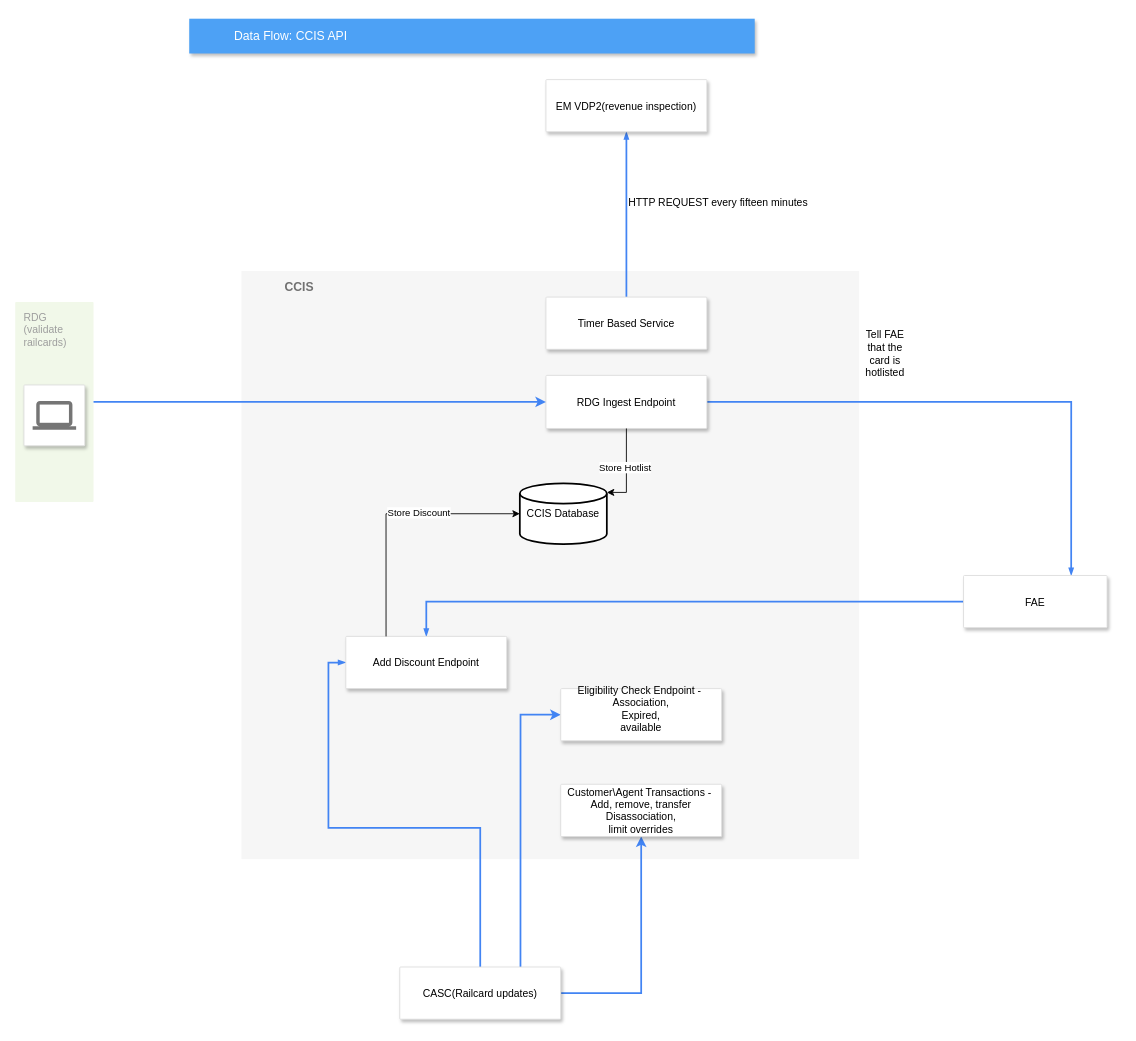
Above: CCIS-API.drawio in mattwatts36/drawings (draw.io), before the change. Source tidied: cells renumbered, new cells numbered last; positions are measured from the earlier drawing's top-left corner, leaving out a move shared by most shapes. Both pictures are drawn from the tidied source at 87%, with x=0, y=0 at pixel (15, 18).
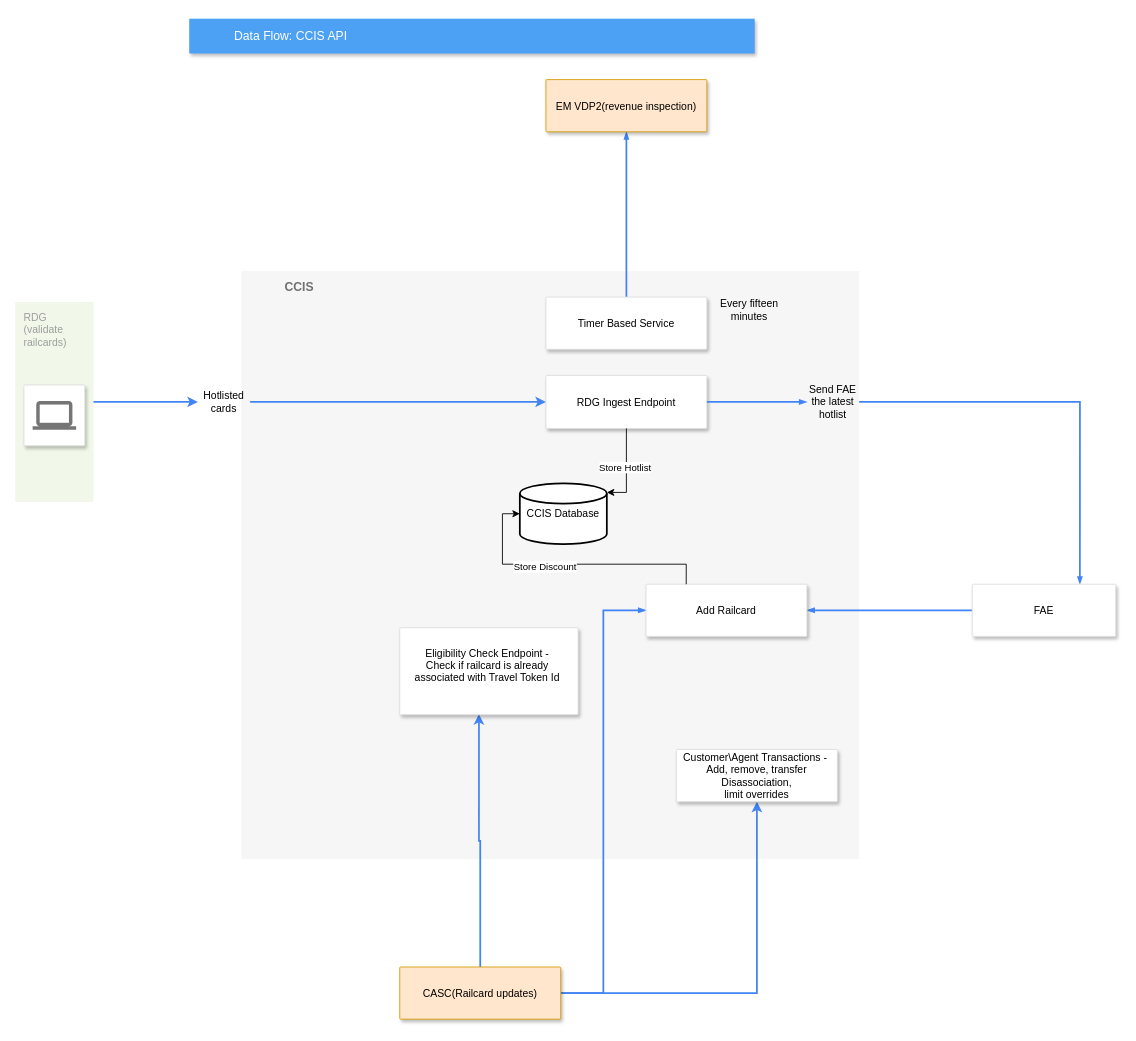
Above is the later version.

The change refers to these unchanged cells:
```xml
<mxCell id="4" style="edgeStyle=orthogonalEdgeStyle;rounded=0;jettySize=auto;html=1;entryX=0.5;entryY=1;entryDx=0;entryDy=0;exitX=0.5;exitY=0;exitDx=0;exitDy=0;dashed=0;strokeColor=#4284F3;strokeWidth=2;align=left;verticalAlign=middle;fontFamily=Helvetica;fontSize=12;fontColor=#000000;labelBackgroundColor=none;elbow=vertical;startFill=1;startSize=4;endArrow=blockThin;endFill=1;endSize=4;" parent="1" edge="1" source="21" target="8">
  <mxGeometry relative="1" as="geometry" />
</mxCell>
<mxCell id="7" value="RDG Ingest Endpoint" style="strokeColor=#dddddd;shadow=1;strokeWidth=1;rounded=1;absoluteArcSize=1;arcSize=2;" parent="1" vertex="1">
  <mxGeometry x="610" y="410" width="185" height="61" as="geometry" />
</mxCell>
<mxCell id="16" value="RDG&lt;div&gt;(validate&amp;nbsp;&lt;/div&gt;&lt;div&gt;railcards)&lt;/div&gt;" style="rounded=1;absoluteArcSize=1;arcSize=2;html=1;strokeColor=none;gradientColor=none;shadow=0;dashed=0;fontSize=12;fontColor=#9E9E9E;align=left;verticalAlign=top;spacing=10;spacingTop=-4;fillColor=#F1F8E9;" parent="15" vertex="1">
  <mxGeometry width="90" height="230" as="geometry" />
</mxCell>
```

Diff of the diagram source:
```diff
@@
-    <mxCell id="5" value="HTTP REQUEST every fifteen minutes" style="edgeLabel;html=1;align=left;verticalAlign=middle;rounded=0;dashed=0;strokeColor=#4284F3;strokeWidth=2;fontFamily=Helvetica;fontSize=12;fontColor=#000000;labelBackgroundColor=none;" parent="4" vertex="1">
-      <mxGeometry x="0.15" relative="1" as="geometry" />
-    </mxCell>
-    <mxCell id="6" style="edgeStyle=orthogonalEdgeStyle;rounded=0;jettySize=auto;html=1;entryX=0.75;entryY=0;entryDx=0;entryDy=0;dashed=0;strokeColor=#4284F3;strokeWidth=2;align=left;verticalAlign=middle;fontFamily=Helvetica;fontSize=12;fontColor=#000000;labelBackgroundColor=none;elbow=vertical;startFill=1;startSize=4;endArrow=blockThin;endFill=1;endSize=4;" parent="1" edge="1" source="7" target="19">
+    <mxCell id="6" style="edgeStyle=orthogonalEdgeStyle;rounded=0;jettySize=auto;html=1;entryX=0.75;entryY=0;entryDx=0;entryDy=0;dashed=0;strokeColor=#4284F3;strokeWidth=2;align=left;verticalAlign=middle;fontFamily=Helvetica;fontSize=12;fontColor=#000000;labelBackgroundColor=none;elbow=vertical;startFill=1;startSize=4;endArrow=blockThin;endFill=1;endSize=4;" parent="1" edge="1" source="20" target="19">
       <mxGeometry relative="1" as="geometry" />
     </mxCell>
@@
-    <mxCell id="8" value="EM VDP2(revenue inspection)" style="strokeColor=#dddddd;shadow=1;strokeWidth=1;rounded=1;absoluteArcSize=1;arcSize=2;" parent="1" vertex="1">
+    <mxCell id="8" value="EM VDP2(revenue inspection)" style="strokeColor=#d79b00;shadow=1;strokeWidth=1;rounded=1;absoluteArcSize=1;arcSize=2;fillColor=#ffe6cc;" parent="1" vertex="1">
       <mxGeometry x="610" y="70" width="185" height="60" as="geometry" />
     </mxCell>
@@
-    <mxCell id="10" style="edgeStyle=orthogonalEdgeStyle;rounded=0;jettySize=auto;html=1;exitX=0.75;exitY=0;exitDx=0;exitDy=0;entryX=0;entryY=0.5;entryDx=0;entryDy=0;strokeWidth=2;strokeColor=#4284F3;" parent="1" edge="1" source="12" target="27">
+    <mxCell id="10" style="edgeStyle=orthogonalEdgeStyle;rounded=0;jettySize=auto;html=1;exitX=0.5;exitY=0;exitDx=0;exitDy=0;entryX=0.444;entryY=0.993;entryDx=0;entryDy=0;strokeWidth=2;strokeColor=#4284F3;entryPerimeter=0;" parent="1" edge="1" source="12" target="27">
       <mxGeometry relative="1" as="geometry" />
     </mxCell>
@@
-    <mxCell id="12" value="CASC(Railcard updates)" style="strokeColor=#dddddd;shadow=1;strokeWidth=1;rounded=1;absoluteArcSize=1;arcSize=2;" parent="1" vertex="1">
+    <mxCell id="12" value="CASC(Railcard updates)" style="strokeColor=#d79b00;shadow=1;strokeWidth=1;rounded=1;absoluteArcSize=1;arcSize=2;fillColor=#ffe6cc;" parent="1" vertex="1">
       <mxGeometry x="442" y="1090" width="185" height="60" as="geometry" />
     </mxCell>
@@
-    <mxCell id="14" value="Add Discount Endpoint" style="strokeColor=#dddddd;shadow=1;strokeWidth=1;rounded=1;absoluteArcSize=1;arcSize=2;" parent="1" vertex="1">
-      <mxGeometry x="380" y="710" width="185" height="60" as="geometry" />
+    <mxCell id="14" value="Add Railcard" style="strokeColor=#dddddd;shadow=1;strokeWidth=1;rounded=1;absoluteArcSize=1;arcSize=2;" parent="1" vertex="1">
+      <mxGeometry x="725" y="650" width="185" height="60" as="geometry" />
     </mxCell>
@@
     <mxCell id="19" value="FAE" style="strokeColor=#dddddd;shadow=1;strokeWidth=1;rounded=1;absoluteArcSize=1;arcSize=2;" parent="1" vertex="1">
-      <mxGeometry x="1090" y="640" width="165" height="60" as="geometry" />
+      <mxGeometry x="1100" y="650" width="165" height="60" as="geometry" />
     </mxCell>
-    <mxCell id="20" value="Tell FAE that the card is hotlisted" style="text;html=1;align=center;verticalAlign=middle;whiteSpace=wrap;rounded=0;" parent="1" vertex="1">
-      <mxGeometry x="970" y="370" width="60" height="30" as="geometry" />
-    </mxCell>
@@
-    <mxCell id="27" value="Eligibility Check Endpoint - &#10;Association,&#10;Expired,&#10;available&#10; " style="strokeColor=#dddddd;shadow=1;strokeWidth=1;rounded=1;absoluteArcSize=1;arcSize=2;" parent="1" vertex="1">
-      <mxGeometry x="627" y="770" width="185" height="60" as="geometry" />
+    <mxCell id="27" value="Eligibility Check Endpoint - &#10;Check if railcard is already &#10;associated with Travel Token Id &#10; " style="strokeColor=#dddddd;shadow=1;strokeWidth=1;rounded=1;absoluteArcSize=1;arcSize=2;fontStyle=0;" parent="1" vertex="1">
+      <mxGeometry x="442" y="700" width="205" height="100" as="geometry" />
     </mxCell>
     <mxCell id="28" value="Customer\Agent Transactions - &#10;Add, remove, transfer&#10;Disassociation,&#10;limit overrides" style="strokeColor=#dddddd;shadow=1;strokeWidth=1;rounded=1;absoluteArcSize=1;arcSize=2;" parent="1" vertex="1">
-      <mxGeometry x="627" y="880" width="185" height="60" as="geometry" />
+      <mxGeometry x="760" y="840" width="185" height="60" as="geometry" />
     </mxCell>
-    <mxCell id="29" style="edgeStyle=orthogonalEdgeStyle;rounded=0;jettySize=auto;html=1;entryX=0;entryY=0.5;entryDx=0;entryDy=0;strokeWidth=2;strokeColor=#4284F3;exitX=1;exitY=0.5;exitDx=0;exitDy=0;" parent="1" edge="1" source="16" target="7">
+    <mxCell id="29" style="edgeStyle=orthogonalEdgeStyle;rounded=0;jettySize=auto;html=1;entryX=0;entryY=0.5;entryDx=0;entryDy=0;strokeWidth=2;strokeColor=#4284F3;exitX=1;exitY=0.5;exitDx=0;exitDy=0;" parent="1" edge="1" source="31" target="7">
       <mxGeometry relative="1" as="geometry" />
     </mxCell>
+    <mxCell id="30" style="edgeStyle=orthogonalEdgeStyle;rounded=0;jettySize=auto;html=1;entryX=0;entryY=0.5;entryDx=0;entryDy=0;strokeWidth=2;strokeColor=#4284F3;exitX=1;exitY=0.5;exitDx=0;exitDy=0;" parent="1" edge="1" source="16" target="31">
+      <mxGeometry relative="1" as="geometry" />
+    </mxCell>
+    <mxCell id="31" value="Hotlisted cards" style="text;html=1;align=center;verticalAlign=middle;whiteSpace=wrap;rounded=0;" parent="1" vertex="1">
+      <mxGeometry x="210" y="425.5" width="60" height="30" as="geometry" />
+    </mxCell>
+    <mxCell id="32" style="edgeStyle=orthogonalEdgeStyle;rounded=0;jettySize=auto;html=1;entryX=0;entryY=0.5;entryDx=0;entryDy=0;dashed=0;strokeColor=#4284F3;strokeWidth=2;align=left;verticalAlign=middle;fontFamily=Helvetica;fontSize=12;fontColor=#000000;labelBackgroundColor=none;elbow=vertical;startFill=1;startSize=4;endArrow=blockThin;endFill=1;endSize=4;" parent="1" edge="1" source="7" target="20">
+      <mxGeometry relative="1" as="geometry" />
+    </mxCell>
+    <mxCell id="20" value="Send FAE the latest hotlist" style="text;html=1;align=center;verticalAlign=middle;whiteSpace=wrap;rounded=0;" parent="1" vertex="1">
+      <mxGeometry x="910" y="425.5" width="60" height="30" as="geometry" />
+    </mxCell>
+    <mxCell id="33" value="Every fifteen minutes" style="text;html=1;align=center;verticalAlign=middle;whiteSpace=wrap;rounded=0;" parent="1" vertex="1">
+      <mxGeometry x="795" y="320" width="98" height="30" as="geometry" />
+    </mxCell>
```
